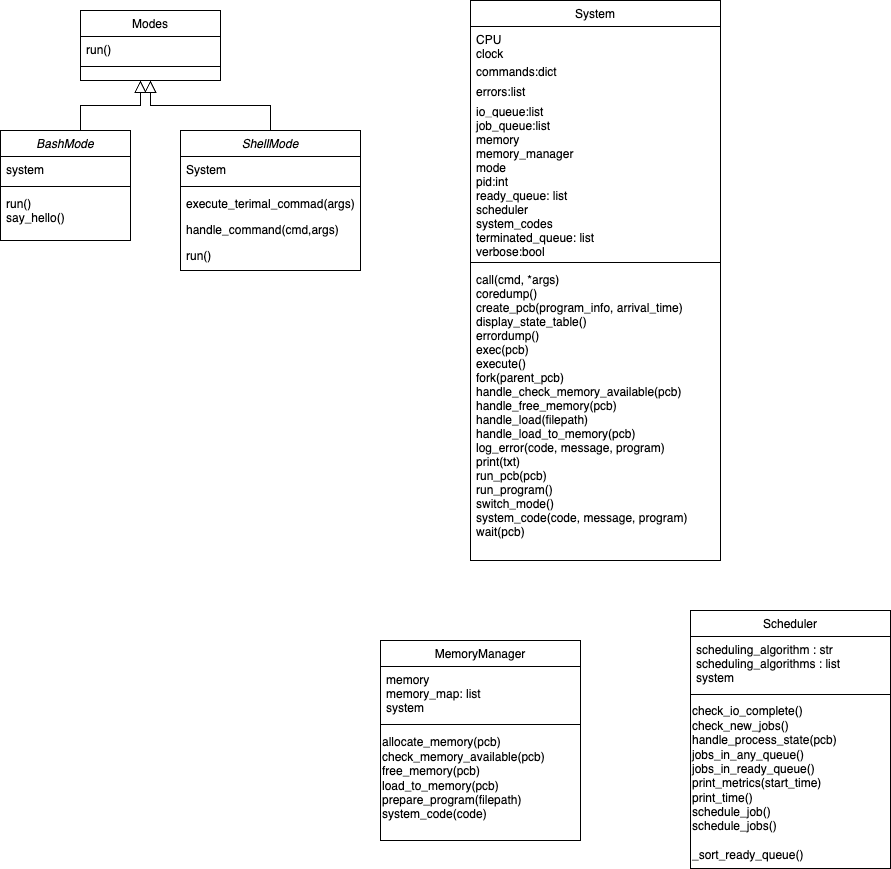
This is directions/M3_class_diagram.drawio.png from Luly7/new-repo, a draw.io export, as it was before one commit. Source tidied: cells renumbered, new cells last; positions are measured from the earlier drawing's top-left corner, leaving out a move shared by most shapes.
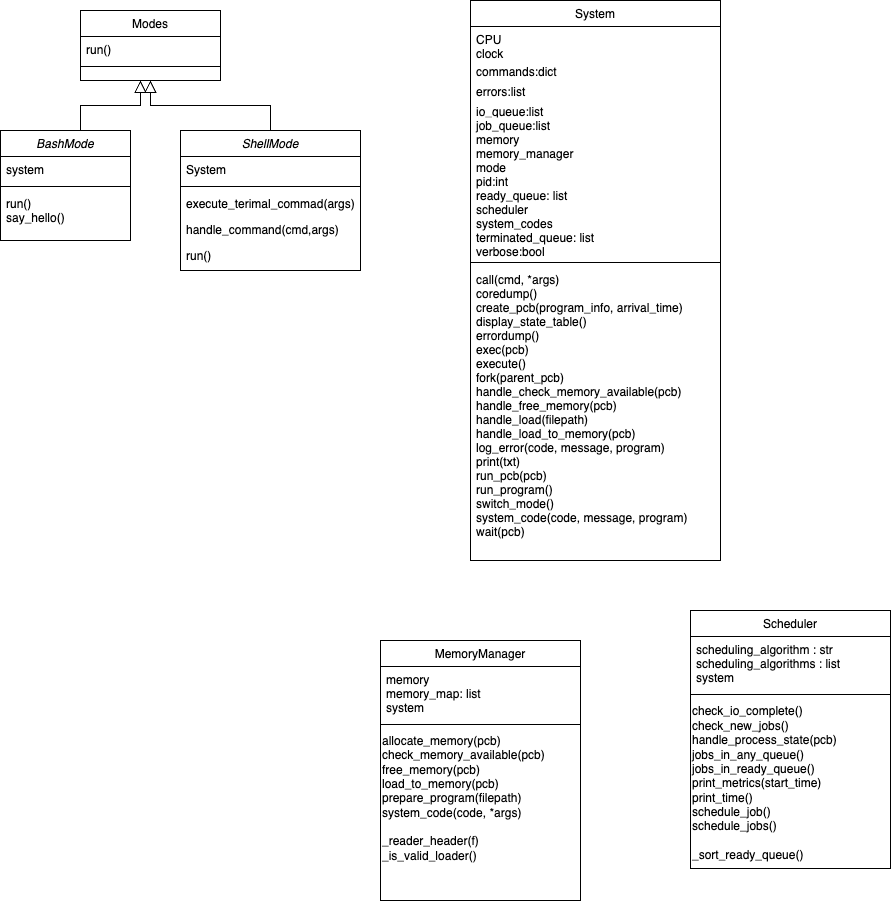
The same diagram one commit later.

Change to the diagram source:
```diff
@@ -21,7 +21,7 @@
       <mxGeometry y="112" width="180" height="26" as="geometry" />
     </mxCell>
     <mxCell id="8" value="MemoryManager" style="swimlane;fontStyle=0;align=center;verticalAlign=top;horizontal=1;startSize=26;rounded=0;shadow=0;strokeWidth=1;" parent="1" vertex="1">
-      <mxGeometry x="380" y="640" width="200" height="200" as="geometry" />
+      <mxGeometry x="380" y="640" width="200" height="260" as="geometry" />
     </mxCell>
     <mxCell id="9" value="memory&#10;memory_map: list&#10;system&#10;" style="text;align=left;verticalAlign=top;spacingLeft=4;spacingRight=4;overflow=hidden;" parent="8" vertex="1">
       <mxGeometry y="26" width="200" height="54" as="geometry" />
@@ -29,8 +29,8 @@
     <mxCell id="10" style="line;html=1;strokeWidth=1;align=left;verticalAlign=middle;spacingTop=-1;spacingLeft=3;spacingRight=3;labelPosition=right;" parent="8" vertex="1">
       <mxGeometry y="80" width="200" height="8" as="geometry" />
     </mxCell>
-    <mxCell id="11" value="allocate_memory(pcb)&lt;div&gt;check_memory_available(pcb)&lt;/div&gt;&lt;div&gt;free_memory(pcb)&lt;/div&gt;&lt;div&gt;load_to_memory(pcb)&lt;/div&gt;&lt;div&gt;prepare_program(filepath)&lt;/div&gt;&lt;div style=&quot;&quot;&gt;system_code(code)&lt;/div&gt;" style="text;html=1;align=left;verticalAlign=middle;strokeColor=none;fillColor=none;" parent="8" vertex="1">
-      <mxGeometry y="88" width="200" height="100" as="geometry" />
+    <mxCell id="11" value="allocate_memory(pcb)&lt;div&gt;check_memory_available(pcb)&lt;/div&gt;&lt;div&gt;free_memory(pcb)&lt;/div&gt;&lt;div&gt;load_to_memory(pcb)&lt;/div&gt;&lt;div&gt;prepare_program(filepath)&lt;/div&gt;&lt;div style=&quot;&quot;&gt;system_code(code, *args)&lt;/div&gt;&lt;div style=&quot;&quot;&gt;&lt;br&gt;&lt;/div&gt;&lt;div style=&quot;&quot;&gt;_reader_header(f)&lt;br&gt;_is_valid_loader()&lt;/div&gt;" style="text;html=1;align=left;verticalAlign=middle;strokeColor=none;fillColor=none;" parent="8" vertex="1">
+      <mxGeometry y="88" width="200" height="140" as="geometry" />
     </mxCell>
     <mxCell id="12" value="Modes" style="swimlane;fontStyle=0;align=center;verticalAlign=top;horizontal=1;startSize=26;rounded=0;shadow=0;strokeWidth=1;" parent="1" vertex="1">
       <mxGeometry x="80" y="10" width="140" height="70" as="geometry" />
```
